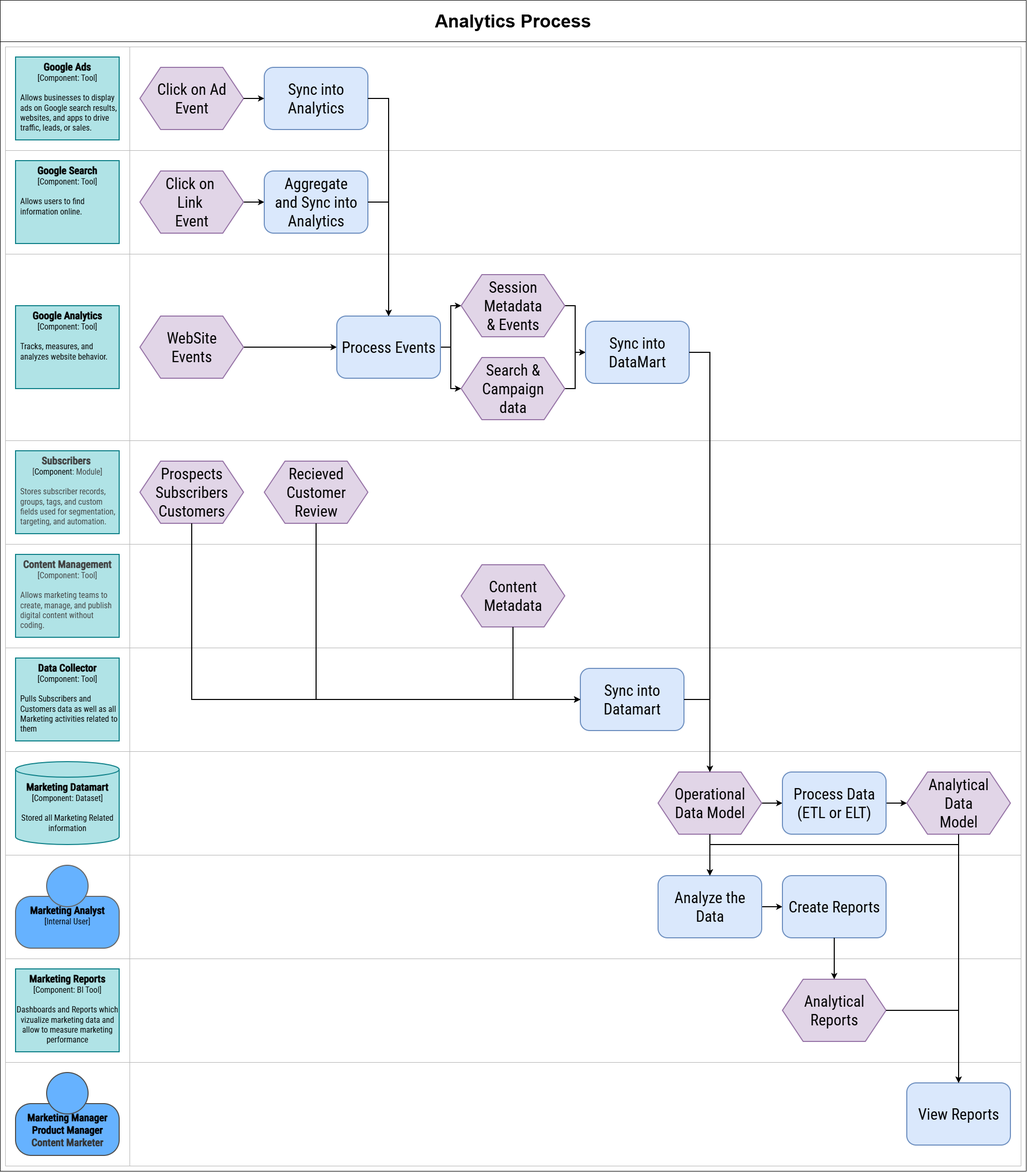
This is chapter-09/figure-9.15.drawio.png from software-architecture-guild/modeling-software-architecture, a draw.io export, as it was before one commit. Source tidied: cells renumbered, new cells last; positions are measured from the earlier drawing's top-left corner, leaving out a move shared by most shapes.
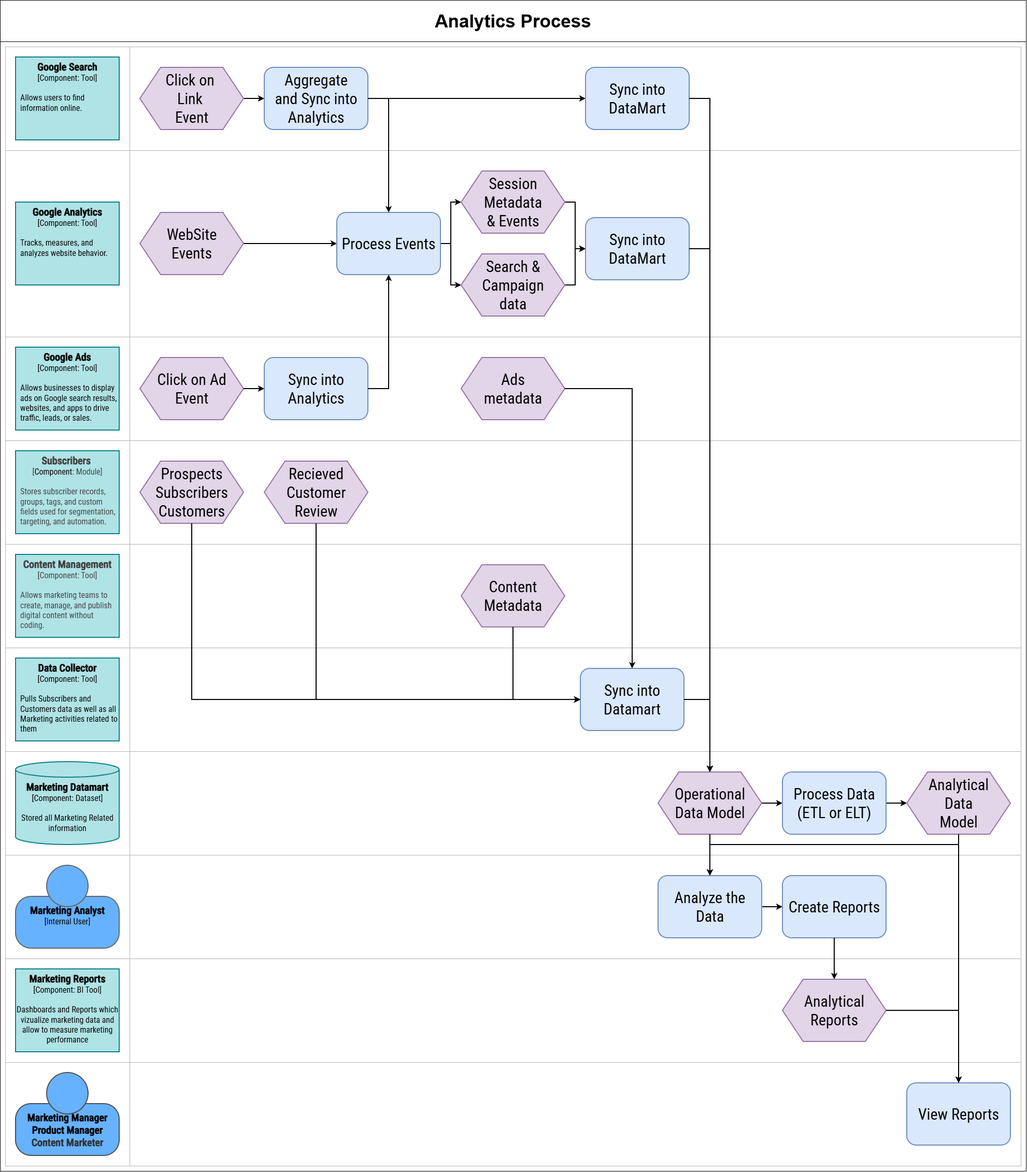
After the commit.

The edit, as a diff of the source:
```diff
@@ -3,7 +3,7 @@
     <mxCell id="0" />
     <mxCell id="1" parent="0" />
     <mxCell id="2" style="rounded=0;whiteSpace=wrap;html=1;" parent="1" vertex="1">
-      <mxGeometry y="80" width="1980" height="2180" as="geometry" />
+      <mxGeometry y="70" width="1980" height="2190" as="geometry" />
     </mxCell>
     <mxCell id="3" value="Analytics Process" style="swimlane;whiteSpace=wrap;html=1;startSize=80;fontSize=35;" parent="1" vertex="1">
       <mxGeometry width="1980" height="2260" as="geometry" />
@@ -21,7 +21,7 @@
       <mxGeometry x="20" y="20" width="200" height="160" as="geometry" />
     </mxCell>
     <mxCell id="8" style="swimlane;horizontal=0;whiteSpace=wrap;html=1;startSize=240;strokeColor=#B3B3B3;" parent="3" vertex="1">
-      <mxGeometry x="10" y="290" width="1960" height="200" as="geometry" />
+      <mxGeometry x="10" y="90" width="1960" height="200" as="geometry" />
     </mxCell>
     <mxCell id="9" style="edgeStyle=orthogonalEdgeStyle;rounded=0;jettySize=auto;exitX=1;exitY=0.5;exitDx=0;exitDy=0;strokeWidth=2;fontFamily=Roboto Condensed;fontSource=https%3A%2F%2Ffonts.googleapis.com%2Fcss%3Ffamily%3DRoboto%2BCondensed;fontSize=30;" parent="8" edge="1" source="10" target="11">
       <mxGeometry relative="1" as="geometry" />
@@ -29,14 +29,20 @@
     <mxCell id="10" value="Click on &#10;Link &#10;Event" style="shape=hexagon;perimeter=hexagonPerimeter2;whiteSpace=wrap;fixedSize=1;size=40;fontSize=30;strokeWidth=2;fontFamily=Roboto Condensed;fontSource=https%3A%2F%2Ffonts.googleapis.com%2Fcss%3Ffamily%3DRoboto%2BCondensed;fillColor=#e1d5e7;strokeColor=#9673a6;" parent="8" vertex="1">
       <mxGeometry x="260" y="40" width="200" height="120" as="geometry" />
     </mxCell>
+    <mxCell id="70" style="edgeStyle=none;shape=connector;rounded=0;html=1;strokeColor=#000000;align=center;verticalAlign=middle;fontFamily=IBM Plex Mono;fontSource=https%3A%2F%2Ffonts.googleapis.com%2Fcss%3Ffamily%3DIBM%2BPlex%2BMono;fontSize=11;fontColor=#000000;labelBackgroundColor=default;endArrow=classic;strokeWidth=2;" parent="8" edge="1" source="11" target="71">
+      <mxGeometry relative="1" as="geometry" />
+    </mxCell>
     <mxCell id="11" value="Aggregate&#10;and Sync into Analytics" style="rounded=1;whiteSpace=wrap;fontSize=30;fontFamily=Roboto Condensed;strokeWidth=2;fontSource=https%3A%2F%2Ffonts.googleapis.com%2Fcss%3Ffamily%3DRoboto%2BCondensed;fillColor=#dae8fc;strokeColor=#6c8ebf;" parent="8" vertex="1">
       <mxGeometry x="500" y="40" width="200" height="120" as="geometry" />
     </mxCell>
     <mxCell id="12" value="&lt;font style=&quot;font-size: 20px;&quot;&gt;&lt;b&gt;&lt;span&gt;Google Search&lt;/span&gt;&lt;/b&gt;&lt;br&gt;&lt;/font&gt;&lt;font&gt;[&lt;/font&gt;&lt;span&gt;Component&lt;/span&gt;&lt;font&gt;: Tool]&lt;/font&gt;&lt;br&gt;&lt;div&gt;&lt;font&gt;&lt;br&gt;&lt;/font&gt;&lt;/div&gt;&lt;div style=&quot;text-align: left; padding-left: 8px;&quot;&gt;&lt;font&gt;Allows users to find information online.&lt;/font&gt;&lt;/div&gt;" style="rounded=0;whiteSpace=wrap;html=1;strokeWidth=2;fillColor=#b0e3e6;strokeColor=#0e8088;verticalAlign=top;fontFamily=Roboto Condensed;fontSource=https%3A%2F%2Ffonts.googleapis.com%2Fcss%3Ffamily%3DRoboto%2BCondensed;fontSize=16;fontColor=#000000;" parent="8" vertex="1">
       <mxGeometry x="20" y="20" width="200" height="160" as="geometry" />
     </mxCell>
+    <mxCell id="71" value="Sync into DataMart" style="rounded=1;whiteSpace=wrap;fontSize=30;fontFamily=Roboto Condensed;strokeWidth=2;fontSource=https%3A%2F%2Ffonts.googleapis.com%2Fcss%3Ffamily%3DRoboto%2BCondensed;fillColor=#dae8fc;strokeColor=#6c8ebf;" parent="8" vertex="1">
+      <mxGeometry x="1120" y="40" width="200" height="120" as="geometry" />
+    </mxCell>
     <mxCell id="13" style="swimlane;horizontal=0;whiteSpace=wrap;html=1;startSize=240;strokeColor=#B3B3B3;" parent="3" vertex="1">
-      <mxGeometry x="10" y="490" width="1960" height="360" as="geometry" />
+      <mxGeometry x="10" y="290" width="1960" height="360" as="geometry" />
     </mxCell>
     <mxCell id="14" style="edgeStyle=orthogonalEdgeStyle;rounded=0;jettySize=auto;exitX=1;exitY=0.5;exitDx=0;exitDy=0;strokeWidth=2;fontFamily=Roboto Condensed;fontSource=https%3A%2F%2Ffonts.googleapis.com%2Fcss%3Ffamily%3DRoboto%2BCondensed;fontSize=30;" parent="13" edge="1" source="15" target="18">
       <mxGeometry relative="1" as="geometry" />
@@ -72,7 +78,7 @@
       <mxGeometry x="20" y="100" width="200" height="160" as="geometry" />
     </mxCell>
     <mxCell id="25" style="swimlane;horizontal=0;whiteSpace=wrap;html=1;startSize=240;strokeColor=#B3B3B3;" parent="3" vertex="1">
-      <mxGeometry x="10" y="90" width="1960" height="200" as="geometry" />
+      <mxGeometry x="10" y="650" width="1960" height="200" as="geometry" />
     </mxCell>
     <mxCell id="26" value="Sync into Analytics" style="rounded=1;whiteSpace=wrap;fontSize=30;fontFamily=Roboto Condensed;strokeWidth=2;fontSource=https%3A%2F%2Ffonts.googleapis.com%2Fcss%3Ffamily%3DRoboto%2BCondensed;fillColor=#dae8fc;strokeColor=#6c8ebf;" parent="25" vertex="1">
       <mxGeometry x="500" y="40" width="200" height="120" as="geometry" />
@@ -86,6 +92,9 @@
     <mxCell id="29" value="&lt;font style=&quot;font-size: 20px;&quot;&gt;&lt;b&gt;&lt;span&gt;Google Ads&lt;/span&gt;&lt;/b&gt;&lt;br&gt;&lt;/font&gt;&lt;font&gt;&lt;font&gt;[&lt;/font&gt;&lt;span&gt;Component&lt;/span&gt;&lt;font&gt;: Tool]&lt;/font&gt;&lt;br&gt;&lt;div&gt;&lt;font&gt;&lt;br&gt;&lt;div style=&quot;text-align: left; padding-left: 8px;&quot;&gt;&lt;span style=&quot;background-color: transparent;&quot;&gt;Allows businesses to display ads on Google search results, websites, and apps to drive traffic, leads, or sales.&lt;/span&gt;&lt;/div&gt;&lt;/font&gt;&lt;/div&gt;&lt;/font&gt;" style="rounded=0;whiteSpace=wrap;html=1;strokeWidth=2;fillColor=#b0e3e6;strokeColor=#0e8088;verticalAlign=top;fontFamily=Roboto Condensed;fontSource=https%3A%2F%2Ffonts.googleapis.com%2Fcss%3Ffamily%3DRoboto%2BCondensed;fontSize=16;fontColor=#000000;" parent="25" vertex="1">
       <mxGeometry x="20" y="20" width="200" height="160" as="geometry" />
     </mxCell>
+    <mxCell id="72" value="Ads &#10;metadata" style="shape=hexagon;perimeter=hexagonPerimeter2;whiteSpace=wrap;fixedSize=1;size=40;fontSize=30;strokeWidth=2;fontFamily=Roboto Condensed;fontSource=https%3A%2F%2Ffonts.googleapis.com%2Fcss%3Ffamily%3DRoboto%2BCondensed;fillColor=#e1d5e7;strokeColor=#9673a6;" parent="25" vertex="1">
+      <mxGeometry x="880" y="40" width="200" height="120" as="geometry" />
+    </mxCell>
     <mxCell id="30" style="swimlane;horizontal=0;whiteSpace=wrap;html=1;startSize=240;strokeColor=#B3B3B3;" parent="3" vertex="1">
       <mxGeometry x="10" y="1050" width="1960" height="200" as="geometry" />
     </mxCell>
@@ -205,11 +214,17 @@
     <mxCell id="67" style="edgeStyle=orthogonalEdgeStyle;rounded=0;jettySize=auto;exitX=1;exitY=0.5;exitDx=0;exitDy=0;entryX=0.5;entryY=0;entryDx=0;entryDy=0;strokeWidth=2;fontFamily=Roboto Condensed;fontSource=https%3A%2F%2Ffonts.googleapis.com%2Fcss%3Ffamily%3DRoboto%2BCondensed;fontSize=30;" parent="3" edge="1" source="57" target="60">
       <mxGeometry relative="1" as="geometry" />
     </mxCell>
-    <mxCell id="68" style="edgeStyle=orthogonalEdgeStyle;rounded=0;jettySize=auto;exitX=1;exitY=0.5;exitDx=0;exitDy=0;entryX=0.5;entryY=0;entryDx=0;entryDy=0;strokeWidth=2;fontFamily=Roboto Condensed;fontSource=https%3A%2F%2Ffonts.googleapis.com%2Fcss%3Ffamily%3DRoboto%2BCondensed;fontSize=30;" parent="3" edge="1" source="26" target="18">
+    <mxCell id="68" style="edgeStyle=orthogonalEdgeStyle;rounded=0;jettySize=auto;exitX=1;exitY=0.5;exitDx=0;exitDy=0;strokeWidth=2;fontFamily=Roboto Condensed;fontSource=https%3A%2F%2Ffonts.googleapis.com%2Fcss%3Ffamily%3DRoboto%2BCondensed;fontSize=30;" parent="3" edge="1" source="26" target="18">
       <mxGeometry relative="1" as="geometry" />
     </mxCell>
     <mxCell id="69" style="edgeStyle=orthogonalEdgeStyle;rounded=0;jettySize=auto;exitX=0.5;exitY=1;exitDx=0;exitDy=0;entryX=0.5;entryY=0;entryDx=0;entryDy=0;strokeWidth=2;fontFamily=Roboto Condensed;fontSource=https%3A%2F%2Ffonts.googleapis.com%2Fcss%3Ffamily%3DRoboto%2BCondensed;fontSize=30;" parent="3" edge="1" source="41" target="60">
       <mxGeometry relative="1" as="geometry" />
     </mxCell>
+    <mxCell id="73" style="edgeStyle=orthogonalEdgeStyle;shape=connector;rounded=0;html=1;entryX=0.5;entryY=0;entryDx=0;entryDy=0;strokeColor=#000000;strokeWidth=2;align=center;verticalAlign=middle;fontFamily=IBM Plex Mono;fontSource=https%3A%2F%2Ffonts.googleapis.com%2Fcss%3Ffamily%3DIBM%2BPlex%2BMono;fontSize=11;fontColor=#000000;labelBackgroundColor=default;endArrow=classic;exitX=1;exitY=0.5;exitDx=0;exitDy=0;" parent="3" edge="1" source="71" target="38">
+      <mxGeometry x="0.01" relative="1" as="geometry" />
+    </mxCell>
+    <mxCell id="74" style="edgeStyle=orthogonalEdgeStyle;shape=connector;rounded=0;html=1;entryX=0.5;entryY=0;entryDx=0;entryDy=0;strokeColor=#000000;strokeWidth=2;align=center;verticalAlign=middle;fontFamily=IBM Plex Mono;fontSource=https%3A%2F%2Ffonts.googleapis.com%2Fcss%3Ffamily%3DIBM%2BPlex%2BMono;fontSize=11;fontColor=#000000;labelBackgroundColor=default;endArrow=classic;" parent="3" edge="1" source="72" target="34">
+      <mxGeometry relative="1" as="geometry" />
+    </mxCell>
   </root>
 </mxGraphModel>
```
